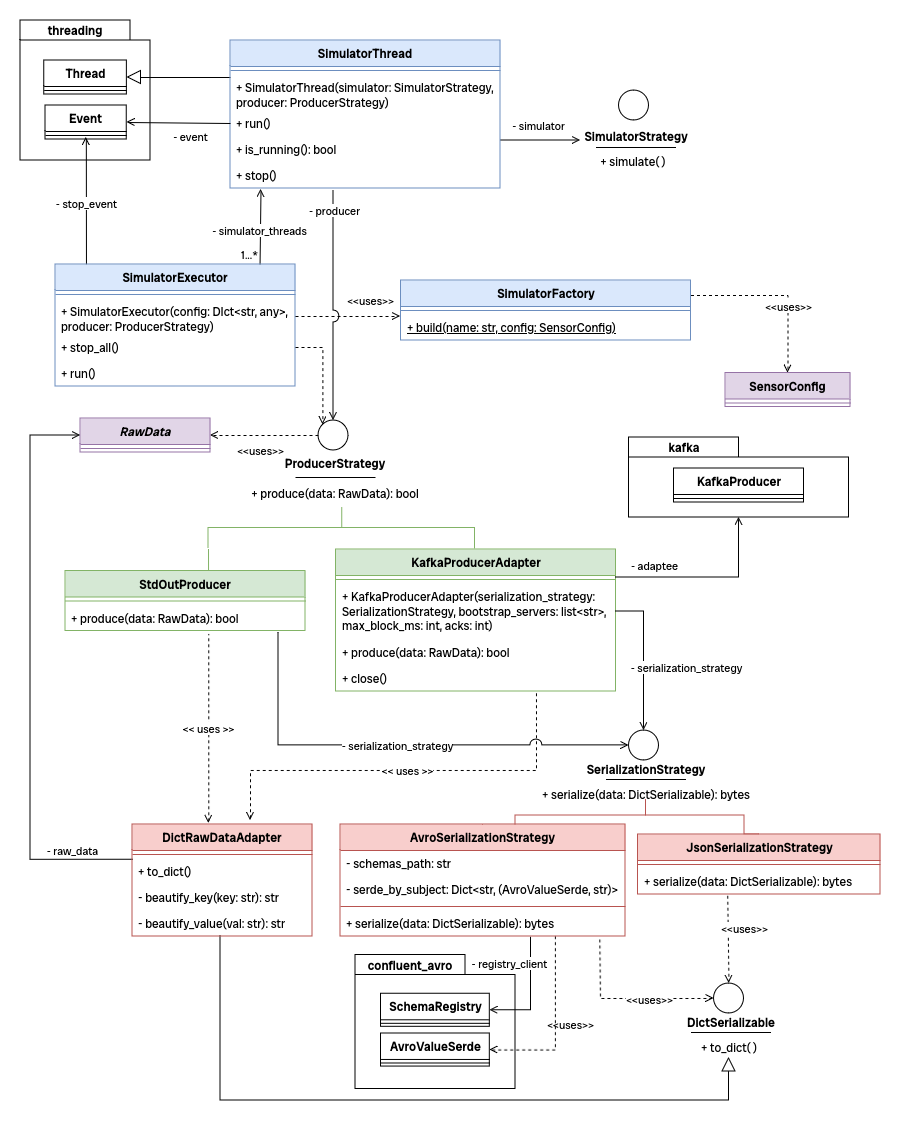
Before: images/specifica_tecnica/producers_serializers.png, a diagram exported from draw.io (7Last/docs). Source tidied: cells renumbered, new cells last; positions are measured from the earlier drawing's top-left corner, leaving out a move shared by most shapes.
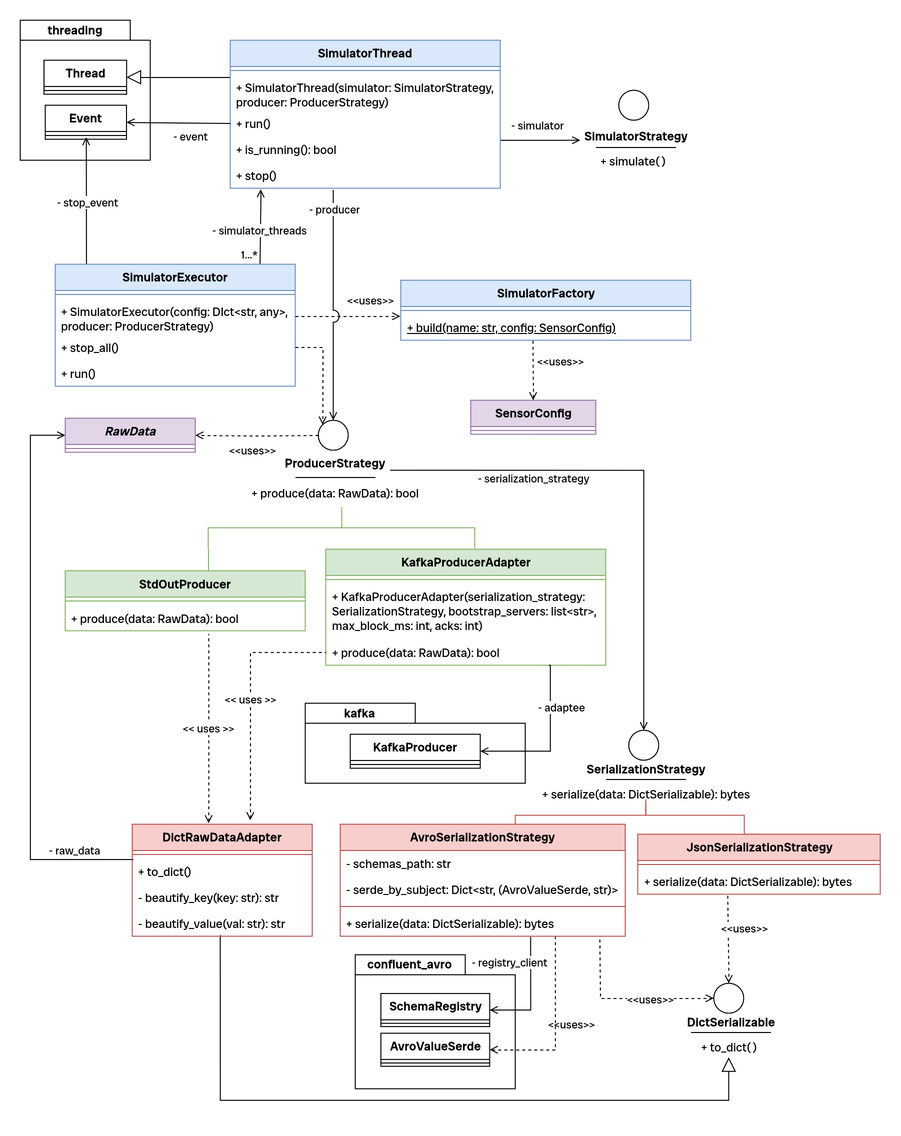
After the change.

Diff of the diagram source:
```diff
@@ -53,7 +53,7 @@
       <mxGeometry y="34" width="240" height="26" as="geometry" />
     </mxCell>
     <mxCell id="16" value="&lt;b&gt;KafkaProducerAdapter&lt;/b&gt;" style="swimlane;fontStyle=0;horizontal=1;startSize=26;fillColor=#d5e8d4;whiteSpace=wrap;html=1;fontFamily=Radio Canada Big;fontSource=https%3A%2F%2Ffonts.googleapis.com%2Fcss%3Ffamily%3DRadio%2BCanada%2BBig;strokeColor=#82b366;" parent="1" vertex="1">
-      <mxGeometry x="315.5" y="529" width="280" height="142" as="geometry" />
+      <mxGeometry x="305.5" y="529" width="280" height="116" as="geometry" />
     </mxCell>
     <mxCell id="17" style="line;strokeWidth=1;fillColor=none;align=left;verticalAlign=middle;spacingTop=-1;spacingLeft=3;spacingRight=3;labelPosition=right;strokeColor=inherit;fontFamily=Radio Canada Big;fontSource=https%3A%2F%2Ffonts.googleapis.com%2Fcss%3Ffamily%3DRadio%2BCanada%2BBig;" parent="16" vertex="1">
       <mxGeometry y="26" width="280" height="8" as="geometry" />
@@ -64,11 +64,8 @@
     <mxCell id="19" value="&lt;span&gt;+ produce(data: RawData): bool&lt;br&gt;&lt;/span&gt;" style="text;strokeColor=none;fillColor=none;align=left;verticalAlign=top;spacingLeft=4;spacingRight=4;overflow=hidden;points=[[0,0.5],[1,0.5]];portConstraint=eastwest;whiteSpace=wrap;html=1;fontFamily=Radio Canada Big;fontSource=https%3A%2F%2Ffonts.googleapis.com%2Fcss%3Ffamily%3DRadio%2BCanada%2BBig;fontStyle=0;" parent="16" vertex="1">
       <mxGeometry y="90" width="280" height="26" as="geometry" />
     </mxCell>
-    <mxCell id="20" value="&lt;span&gt;+ close()&lt;br&gt;&lt;/span&gt;" style="text;strokeColor=none;fillColor=none;align=left;verticalAlign=top;spacingLeft=4;spacingRight=4;overflow=hidden;points=[[0,0.5],[1,0.5]];portConstraint=eastwest;whiteSpace=wrap;html=1;fontFamily=Radio Canada Big;fontSource=https%3A%2F%2Ffonts.googleapis.com%2Fcss%3Ffamily%3DRadio%2BCanada%2BBig;fontStyle=0;" parent="16" vertex="1">
-      <mxGeometry y="116" width="280" height="26" as="geometry" />
-    </mxCell>
     <mxCell id="21" value="kafka" style="shape=folder;fontStyle=1;tabWidth=110;tabHeight=20;tabPosition=left;html=1;boundedLbl=1;labelInHeader=1;whiteSpace=wrap;fontFamily=Radio Canada Big;fontSource=https%3A%2F%2Ffonts.googleapis.com%2Fcss%3Ffamily%3DRadio%2BCanada%2BBig;" parent="1" vertex="1">
-      <mxGeometry x="608.5" y="417" width="220" height="80" as="geometry" />
+      <mxGeometry x="285" y="683" width="220" height="80" as="geometry" />
     </mxCell>
     <mxCell id="22" style="html=1;strokeColor=none;fillColor=none;whiteSpace=wrap;fontFamily=Radio Canada Big;fontSource=https%3A%2F%2Ffonts.googleapis.com%2Fcss%3Ffamily%3DRadio%2BCanada%2BBig;" parent="21" vertex="1">
       <mxGeometry width="220" height="21.62" relative="1" as="geometry">
@@ -81,18 +78,22 @@
     <mxCell id="24" style="line;strokeWidth=1;fillColor=none;align=left;verticalAlign=middle;spacingTop=-1;spacingLeft=3;spacingRight=3;labelPosition=right;strokeColor=inherit;fontFamily=Radio Canada Big;fontSource=https%3A%2F%2Ffonts.googleapis.com%2Fcss%3Ffamily%3DRadio%2BCanada%2BBig;" parent="23" vertex="1">
       <mxGeometry y="26" width="130" height="8" as="geometry" />
     </mxCell>
-    <mxCell id="25" style="edgeStyle=orthogonalEdgeStyle;rounded=0;jettySize=auto;html=1;exitX=1;exitY=-0.107;exitDx=0;exitDy=0;endArrow=open;endFill=0;fontFamily=Radio Canada Big;fontSource=https%3A%2F%2Ffonts.googleapis.com%2Fcss%3Ffamily%3DRadio%2BCanada%2BBig;exitPerimeter=0;entryX=0.5;entryY=1;entryDx=0;entryDy=0;entryPerimeter=0;" parent="1" edge="1" source="18" target="21">
-      <mxGeometry relative="1" as="geometry" />
+    <mxCell id="25" style="edgeStyle=orthogonalEdgeStyle;rounded=0;jettySize=auto;html=1;exitX=0.797;exitY=1.002;exitDx=0;exitDy=0;endArrow=open;endFill=0;fontFamily=Radio Canada Big;fontSource=https%3A%2F%2Ffonts.googleapis.com%2Fcss%3Ffamily%3DRadio%2BCanada%2BBig;entryX=1;entryY=0.5;entryDx=0;entryDy=0;exitPerimeter=0;" parent="1" edge="1" source="19" target="23">
+      <mxGeometry relative="1" as="geometry">
+        <Array as="points">
+          <mxPoint x="530" y="645" />
+          <mxPoint x="530" y="731" />
+        </Array>
+      </mxGeometry>
     </mxCell>
     <mxCell id="26" value="- adaptee" style="edgeLabel;html=1;align=center;verticalAlign=middle;fontFamily=Radio Canada Big;fontSource=https%3A%2F%2Ffonts.googleapis.com%2Fcss%3Ffamily%3DRadio%2BCanada%2BBig;" parent="25" vertex="1">
       <mxGeometry x="-0.78" y="2" relative="1" as="geometry">
-        <mxPoint x="18" y="-11" as="offset" />
+        <mxPoint x="8" y="25" as="offset" />
       </mxGeometry>
     </mxCell>
-    <mxCell id="27" value="&amp;lt;&amp;lt;uses&amp;gt;&amp;gt;" style="edgeStyle=orthogonalEdgeStyle;rounded=0;orthogonalLoop=1;jettySize=auto;html=1;exitX=0;exitY=0.5;exitDx=0;exitDy=0;entryX=1;entryY=0.5;entryDx=0;entryDy=0;endArrow=open;endFill=0;dashed=1;fontFamily=Radio Canada Big;fontSource=https%3A%2F%2Ffonts.googleapis.com%2Fcss%3Ffamily%3DRadio%2BCanada%2BBig;" parent="1" edge="1">
+    <mxCell id="27" value="&amp;lt;&amp;lt;uses&amp;gt;&amp;gt;" style="edgeStyle=orthogonalEdgeStyle;rounded=0;jettySize=auto;html=1;exitX=0;exitY=0.5;exitDx=0;exitDy=0;entryX=1;entryY=0.5;entryDx=0;entryDy=0;endArrow=open;endFill=0;dashed=1;fontFamily=Radio Canada Big;fontSource=https%3A%2F%2Ffonts.googleapis.com%2Fcss%3Ffamily%3DRadio%2BCanada%2BBig;" parent="1" edge="1" target="32">
       <mxGeometry x="0.07" y="15" relative="1" as="geometry">
         <mxPoint x="298" y="415" as="sourcePoint" />
-        <mxPoint x="190" y="415" as="targetPoint" />
       </mxGeometry>
     </mxCell>
     <mxCell id="28" style="ellipse;fontStyle=2;fontFamily=Radio Canada Big;fontSource=https%3A%2F%2Ffonts.googleapis.com%2Fcss%3Ffamily%3DRadio%2BCanada%2BBig;" parent="1" vertex="1">
@@ -108,7 +109,7 @@
       <mxGeometry x="285" y="428" width="60" height="30" as="geometry" />
     </mxCell>
     <mxCell id="32" value="&lt;b&gt;RawData&lt;/b&gt;" style="swimlane;fontStyle=2;horizontal=1;startSize=26;fillColor=#e1d5e7;whiteSpace=wrap;html=1;fontFamily=Radio Canada Big;fontSource=https%3A%2F%2Ffonts.googleapis.com%2Fcss%3Ffamily%3DRadio%2BCanada%2BBig;strokeColor=#9673a6;" parent="1" vertex="1">
-      <mxGeometry x="60" y="398" width="130" height="34" as="geometry" />
+      <mxGeometry x="45" y="398" width="130" height="34" as="geometry" />
     </mxCell>
     <mxCell id="33" style="line;strokeWidth=1;fillColor=none;align=left;verticalAlign=middle;spacingTop=-1;spacingLeft=3;spacingRight=3;labelPosition=right;strokeColor=inherit;fontFamily=Radio Canada Big;fontSource=https%3A%2F%2Ffonts.googleapis.com%2Fcss%3Ffamily%3DRadio%2BCanada%2BBig;" parent="32" vertex="1">
       <mxGeometry y="26" width="130" height="8" as="geometry" />
@@ -160,12 +161,17 @@
         <mxPoint x="16" y="4" as="offset" />
       </mxGeometry>
     </mxCell>
-    <mxCell id="47" style="edgeStyle=orthogonalEdgeStyle;rounded=0;jettySize=auto;html=1;exitX=1;exitY=0.5;exitDx=0;exitDy=0;strokeColor=default;align=center;verticalAlign=middle;fontFamily=Radio Canada Big;fontSource=https%3A%2F%2Ffonts.googleapis.com%2Fcss%3Ffamily%3DRadio%2BCanada%2BBig;fontSize=11;fontColor=default;labelBackgroundColor=default;endArrow=open;endFill=0;entryX=0.5;entryY=0;entryDx=0;entryDy=0;" parent="1" edge="1" source="18" target="67">
-      <mxGeometry relative="1" as="geometry" />
+    <mxCell id="47" style="edgeStyle=orthogonalEdgeStyle;rounded=0;jettySize=auto;html=1;strokeColor=default;align=center;verticalAlign=middle;fontFamily=Radio Canada Big;fontSource=https%3A%2F%2Ffonts.googleapis.com%2Fcss%3Ffamily%3DRadio%2BCanada%2BBig;fontSize=11;fontColor=default;labelBackgroundColor=default;endArrow=open;endFill=0;entryX=0.5;entryY=0;entryDx=0;entryDy=0;jumpStyle=arc;jumpSize=12;" parent="1" edge="1" target="67">
+      <mxGeometry relative="1" as="geometry">
+        <mxPoint x="370" y="450" as="sourcePoint" />
+        <Array as="points">
+          <mxPoint x="624" y="450" />
+        </Array>
+      </mxGeometry>
     </mxCell>
     <mxCell id="48" value="- serialization_strategy" style="edgeLabel;html=1;align=center;verticalAlign=middle;rounded=0;strokeColor=default;fontFamily=Radio Canada Big;fontSource=https%3A%2F%2Ffonts.googleapis.com%2Fcss%3Ffamily%3DRadio%2BCanada%2BBig;fontSize=11;fontColor=default;labelBackgroundColor=default;" parent="47" vertex="1">
       <mxGeometry x="0.48" y="-4" relative="1" as="geometry">
-        <mxPoint x="46" y="-26" as="offset" />
+        <mxPoint x="-107" y="-118" as="offset" />
       </mxGeometry>
     </mxCell>
     <mxCell id="49" value="&lt;b&gt;SimulatorExecutor&lt;/b&gt;" style="swimlane;fontStyle=0;horizontal=1;startSize=26;fillColor=#dae8fc;whiteSpace=wrap;html=1;fontFamily=Radio Canada Big;fontSource=https%3A%2F%2Ffonts.googleapis.com%2Fcss%3Ffamily%3DRadio%2BCanada%2BBig;strokeColor=#6c8ebf;" parent="1" vertex="1">
@@ -183,12 +189,12 @@
     <mxCell id="53" value="+ run()" style="text;strokeColor=none;fillColor=none;align=left;verticalAlign=top;spacingLeft=4;spacingRight=4;overflow=hidden;whiteSpace=wrap;html=1;fontFamily=Radio Canada Big;fontSource=https%3A%2F%2Ffonts.googleapis.com%2Fcss%3Ffamily%3DRadio%2BCanada%2BBig;fontStyle=0;" parent="49" vertex="1">
       <mxGeometry y="96" width="240" height="26" as="geometry" />
     </mxCell>
-    <mxCell id="54" style="edgeStyle=orthogonalEdgeStyle;rounded=0;jettySize=auto;html=1;exitX=1;exitY=0.25;exitDx=0;exitDy=0;entryX=0.5;entryY=0;entryDx=0;entryDy=0;dashed=1;strokeColor=default;align=center;verticalAlign=middle;fontFamily=Radio Canada Big;fontSource=https%3A%2F%2Ffonts.googleapis.com%2Fcss%3Ffamily%3DRadio%2BCanada%2BBig;fontSize=11;fontColor=default;labelBackgroundColor=default;endArrow=open;endFill=0;" parent="1" edge="1" source="56" target="60">
+    <mxCell id="54" style="rounded=0;jettySize=auto;html=1;exitX=0.455;exitY=1.011;exitDx=0;exitDy=0;entryX=0.5;entryY=0;entryDx=0;entryDy=0;dashed=1;strokeColor=default;align=center;verticalAlign=middle;fontFamily=Radio Canada Big;fontSource=https%3A%2F%2Ffonts.googleapis.com%2Fcss%3Ffamily%3DRadio%2BCanada%2BBig;fontSize=11;fontColor=default;labelBackgroundColor=default;endArrow=open;endFill=0;exitPerimeter=0;" parent="1" edge="1" source="58" target="60">
       <mxGeometry relative="1" as="geometry" />
     </mxCell>
     <mxCell id="55" value="&amp;lt;&amp;lt;uses&amp;gt;&amp;gt;" style="edgeLabel;html=1;align=center;verticalAlign=middle;fontFamily=Radio Canada Big;fontSource=https%3A%2F%2Ffonts.googleapis.com%2Fcss%3Ffamily%3DRadio%2BCanada%2BBig;" parent="54" vertex="1">
       <mxGeometry x="0.24" y="5" relative="1" as="geometry">
-        <mxPoint x="-5" y="-1" as="offset" />
+        <mxPoint x="22" y="-17" as="offset" />
       </mxGeometry>
     </mxCell>
     <mxCell id="56" value="&lt;b&gt;SimulatorFactory&lt;/b&gt;" style="swimlane;fontStyle=0;horizontal=1;startSize=26;fillColor=#dae8fc;whiteSpace=wrap;html=1;fontFamily=Radio Canada Big;fontSource=https%3A%2F%2Ffonts.googleapis.com%2Fcss%3Ffamily%3DRadio%2BCanada%2BBig;strokeColor=#6c8ebf;" parent="1" vertex="1">
@@ -206,7 +212,7 @@
       </mxGeometry>
     </mxCell>
     <mxCell id="60" value="&lt;b&gt;SensorConfig&lt;/b&gt;" style="swimlane;fontStyle=0;horizontal=1;startSize=26;fillColor=#e1d5e7;whiteSpace=wrap;html=1;fontFamily=Radio Canada Big;fontSource=https%3A%2F%2Ffonts.googleapis.com%2Fcss%3Ffamily%3DRadio%2BCanada%2BBig;strokeColor=#9673a6;" parent="1" vertex="1">
-      <mxGeometry x="705" y="352.5" width="125" height="34" as="geometry" />
+      <mxGeometry x="450.5" y="380" width="125" height="34" as="geometry" />
     </mxCell>
     <mxCell id="61" style="line;strokeWidth=1;fillColor=none;align=left;verticalAlign=middle;spacingTop=-1;spacingLeft=3;spacingRight=3;labelPosition=right;strokeColor=inherit;fontFamily=Radio Canada Big;fontSource=https%3A%2F%2Ffonts.googleapis.com%2Fcss%3Ffamily%3DRadio%2BCanada%2BBig;" parent="60" vertex="1">
       <mxGeometry y="26" width="125" height="8" as="geometry" />
@@ -399,21 +405,14 @@
     <mxCell id="109" value="&amp;lt;&amp;lt; uses &amp;gt;&amp;gt;" style="rounded=0;jettySize=auto;html=1;exitX=0.424;exitY=-0.009;exitDx=0;exitDy=0;entryX=0.597;entryY=1.113;entryDx=0;entryDy=0;entryPerimeter=0;dashed=1;exitPerimeter=0;startArrow=open;startFill=0;endArrow=none;endFill=0;fontFamily=Radio Canada Big;fontSource=https%3A%2F%2Ffonts.googleapis.com%2Fcss%3Ffamily%3DRadio%2BCanada%2BBig;" parent="1" edge="1" source="104" target="15">
       <mxGeometry relative="1" as="geometry" />
     </mxCell>
-    <mxCell id="110" value="&amp;lt;&amp;lt; uses &amp;gt;&amp;gt;" style="rounded=0;jettySize=auto;html=1;entryX=0.716;entryY=1.009;entryDx=0;entryDy=0;entryPerimeter=0;dashed=1;startArrow=open;startFill=0;endArrow=none;endFill=0;fontFamily=Radio Canada Big;fontSource=https%3A%2F%2Ffonts.googleapis.com%2Fcss%3Ffamily%3DRadio%2BCanada%2BBig;" parent="1" edge="1" target="20">
+    <mxCell id="110" value="&amp;lt;&amp;lt; uses &amp;gt;&amp;gt;" style="rounded=0;jettySize=auto;html=1;entryX=0;entryY=0.5;entryDx=0;entryDy=0;dashed=1;startArrow=open;startFill=0;endArrow=none;endFill=0;fontFamily=Radio Canada Big;fontSource=https%3A%2F%2Ffonts.googleapis.com%2Fcss%3Ffamily%3DRadio%2BCanada%2BBig;" parent="1" edge="1" target="19">
       <mxGeometry relative="1" as="geometry">
         <mxPoint x="230" y="800" as="sourcePoint" />
         <Array as="points">
           <mxPoint x="230" y="750" />
-          <mxPoint x="516" y="750" />
+          <mxPoint x="230" y="632" />
         </Array>
       </mxGeometry>
     </mxCell>
-    <mxCell id="111" value="- serialization_strategy" style="edgeStyle=orthogonalEdgeStyle;rounded=0;jettySize=auto;html=1;exitX=0.888;exitY=1.071;exitDx=0;exitDy=0;entryX=0;entryY=0.5;entryDx=0;entryDy=0;exitPerimeter=0;strokeColor=default;align=center;verticalAlign=middle;fontFamily=Radio Canada Big;fontSource=https%3A%2F%2Ffonts.googleapis.com%2Fcss%3Ffamily%3DRadio%2BCanada%2BBig;fontSize=11;fontColor=default;labelBackgroundColor=default;endArrow=open;endFill=0;jumpStyle=arc;jumpSize=12;" parent="1" edge="1" source="15" target="67">
-      <mxGeometry relative="1" as="geometry">
-        <Array as="points">
-          <mxPoint x="258" y="725" />
-        </Array>
-      </mxGeometry>
-    </mxCell>
   </root>
 </mxGraphModel>
```
